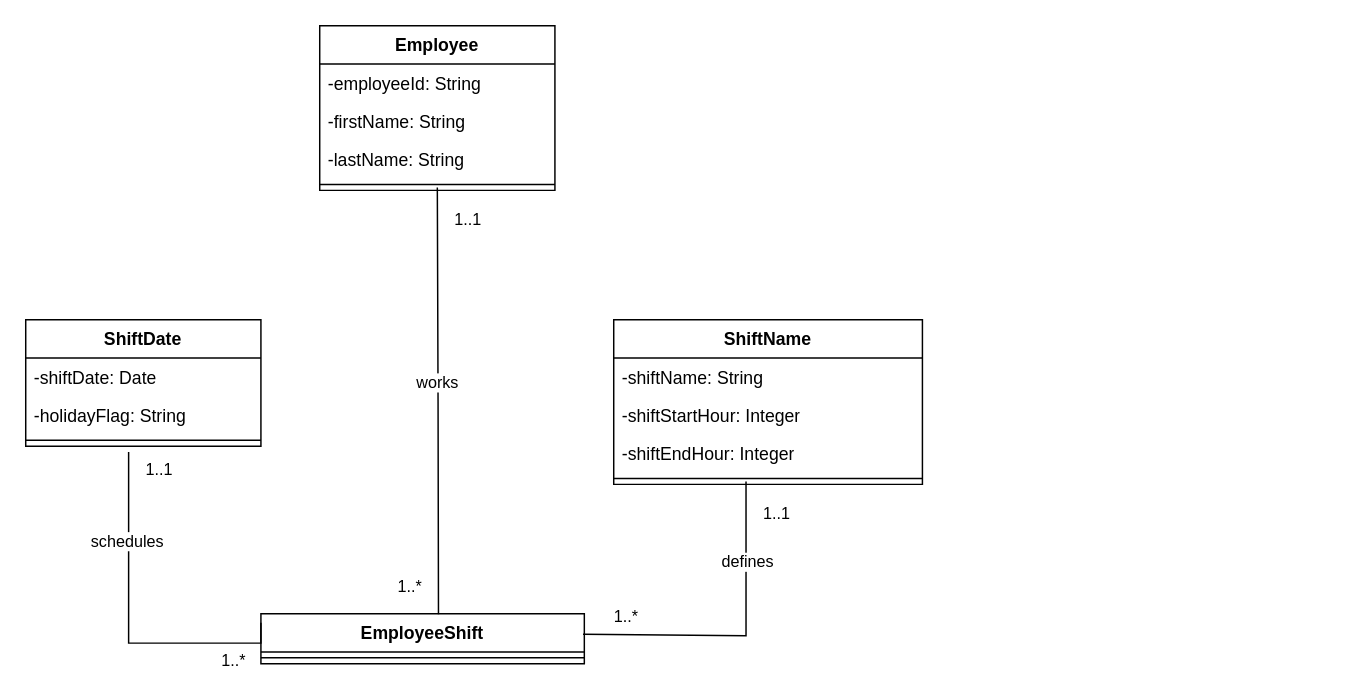
The draw.io diagram Many to Many Design HW.drawio in Cole-Hartman/database-UML, before the edit. Source tidied: cells renumbered, new cells numbered last; positions are measured from the earlier drawing's top-left corner, leaving out a move shared by most shapes. Both pictures are drawn from the tidied source at 147%, with x=0, y=0 at pixel (25, 25).
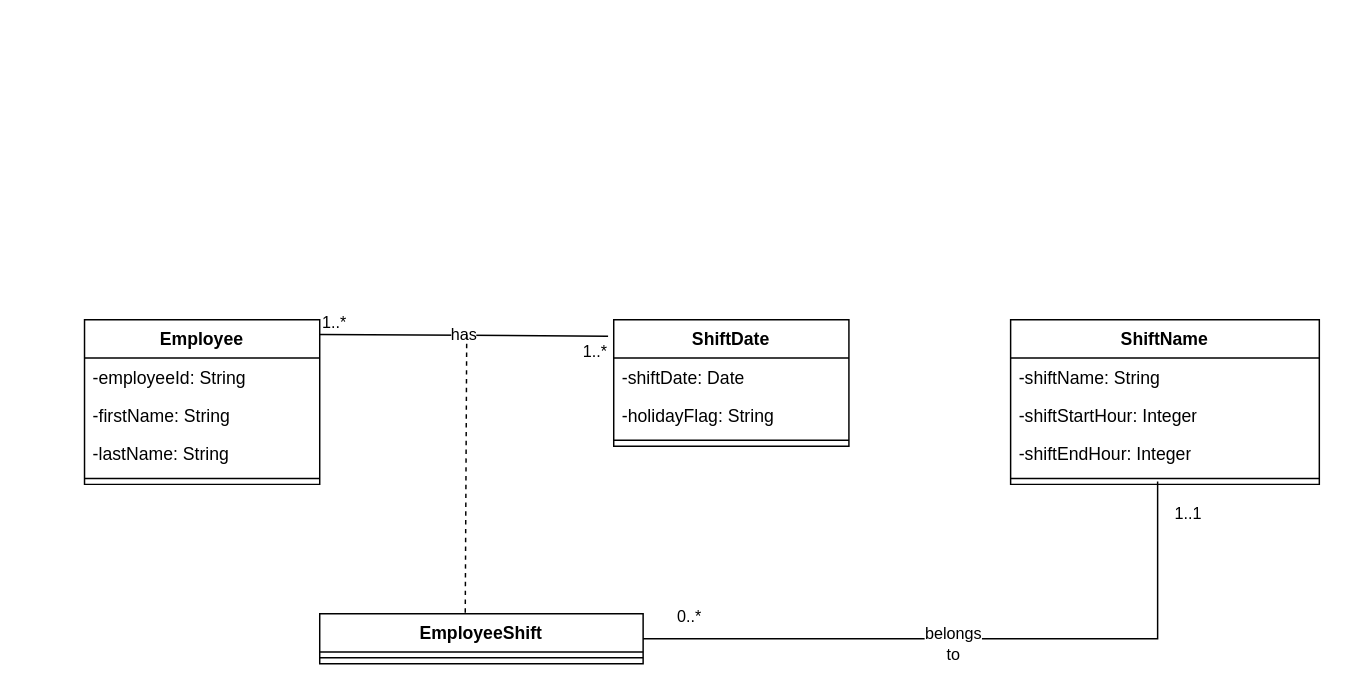
The same diagram, later.

Diff of the diagram source:
```diff
@@
     <mxCell id="2" value="Employee" style="swimlane;fontStyle=1;align=center;verticalAlign=top;horizontal=1;startSize=26;whiteSpace=wrap;html=1;" parent="1" vertex="1">
-      <mxGeometry x="200" width="160" height="112" as="geometry" />
+      <mxGeometry x="40" y="200" width="160" height="112" as="geometry" />
     </mxCell>
@@
     <mxCell id="7" value="ShiftDate" style="swimlane;fontStyle=1;align=center;verticalAlign=top;horizontal=1;startSize=26;whiteSpace=wrap;html=1;" parent="1" vertex="1">
-      <mxGeometry y="200" width="160" height="86" as="geometry" />
+      <mxGeometry x="400" y="200" width="160" height="86" as="geometry" />
     </mxCell>
@@
     <mxCell id="11" value="ShiftName" style="swimlane;fontStyle=1;align=center;verticalAlign=top;horizontal=1;startSize=26;whiteSpace=wrap;html=1;" parent="1" vertex="1">
-      <mxGeometry x="400" y="200" width="210" height="112" as="geometry" />
+      <mxGeometry x="670" y="200" width="210" height="112" as="geometry" />
     </mxCell>
@@
     <mxCell id="16" value="EmployeeShift" style="swimlane;fontStyle=1;align=center;verticalAlign=top;horizontal=1;startSize=26;whiteSpace=wrap;html=1;" parent="1" vertex="1">
-      <mxGeometry x="160" y="400" width="220" height="34" as="geometry" />
+      <mxGeometry x="200" y="400" width="220" height="34" as="geometry" />
     </mxCell>
@@
-    <mxCell id="18" style="endArrow=none;html=1;edgeStyle=orthogonalEdgeStyle;rounded=0;entryX=0.549;entryY=0.013;entryDx=0;entryDy=0;entryPerimeter=0;" parent="1" edge="1" target="16">
-      <mxGeometry relative="1" as="geometry">
-        <mxPoint x="280" y="110" as="sourcePoint" />
-      </mxGeometry>
-    </mxCell>
-    <mxCell id="19" value="1..1" style="edgeLabel;html=1;align=left;verticalAlign=bottom;" parent="18" vertex="1">
-      <mxGeometry x="-1" relative="1" as="geometry">
-        <mxPoint x="10" y="30" as="offset" />
-      </mxGeometry>
-    </mxCell>
-    <mxCell id="20" value="1..*" style="edgeLabel;html=1;align=right;verticalAlign=bottom;" parent="18" vertex="1">
-      <mxGeometry x="1" relative="1" as="geometry">
-        <mxPoint x="-11" y="-11" as="offset" />
-      </mxGeometry>
-    </mxCell>
-    <mxCell id="21" value="works" style="edgeLabel;html=1;align=center;verticalAlign=middle;" parent="18" vertex="1">
-      <mxGeometry x="-0.09" y="-1" relative="1" as="geometry" />
-    </mxCell>
-    <mxCell id="22" style="endArrow=none;html=1;edgeStyle=orthogonalEdgeStyle;rounded=0;entryX=0;entryY=0.179;entryDx=0;entryDy=0;entryPerimeter=0;" parent="1" edge="1" target="16">
-      <mxGeometry relative="1" as="geometry">
-        <mxPoint x="70" y="290" as="sourcePoint" />
-        <Array as="points">
-          <mxPoint x="70" y="420" />
-        </Array>
-      </mxGeometry>
-    </mxCell>
-    <mxCell id="23" value="1..1" style="edgeLabel;html=1;align=left;verticalAlign=bottom;" parent="22" vertex="1">
-      <mxGeometry x="-1" relative="1" as="geometry">
-        <mxPoint x="10" y="20" as="offset" />
-      </mxGeometry>
-    </mxCell>
-    <mxCell id="24" value="1..*" style="edgeLabel;html=1;align=right;verticalAlign=bottom;" parent="22" vertex="1">
-      <mxGeometry x="1" relative="1" as="geometry">
-        <mxPoint x="-10" y="34" as="offset" />
-      </mxGeometry>
-    </mxCell>
-    <mxCell id="25" value="schedules" style="edgeLabel;html=1;align=center;verticalAlign=middle;" parent="22" vertex="1">
-      <mxGeometry x="-0.49" y="-2" relative="1" as="geometry" />
-    </mxCell>
-    <mxCell id="26" style="endArrow=none;html=1;edgeStyle=orthogonalEdgeStyle;rounded=0;entryX=0.996;entryY=0.412;entryDx=0;entryDy=0;entryPerimeter=0;" parent="1" edge="1" target="16">
-      <mxGeometry relative="1" as="geometry">
-        <mxPoint x="490" y="310" as="sourcePoint" />
-        <Array as="points">
-          <mxPoint x="490" y="415" />
-          <mxPoint x="379" y="415" />
-        </Array>
-      </mxGeometry>
-    </mxCell>
-    <mxCell id="27" value="1..1" style="edgeLabel;html=1;align=left;verticalAlign=bottom;" parent="26" vertex="1">
-      <mxGeometry x="-1" relative="1" as="geometry">
-        <mxPoint x="10" y="30" as="offset" />
-      </mxGeometry>
-    </mxCell>
-    <mxCell id="28" value="1..*" style="edgeLabel;html=1;align=right;verticalAlign=bottom;" parent="26" vertex="1">
-      <mxGeometry x="1" relative="1" as="geometry">
-        <mxPoint x="38" y="-4" as="offset" />
-      </mxGeometry>
-    </mxCell>
-    <mxCell id="29" value="defines" style="edgeLabel;html=1;align=center;verticalAlign=middle;" parent="26" vertex="1">
-      <mxGeometry x="-0.5" relative="1" as="geometry" />
-    </mxCell>
+    <mxCell id="30" style="endArrow=none;html=1;edgeStyle=orthogonalEdgeStyle;rounded=0;entryX=-0.024;entryY=0.131;entryDx=0;entryDy=0;entryPerimeter=0;" parent="1" edge="1" target="7">
+      <mxGeometry relative="1" as="geometry">
+        <mxPoint x="200" y="210" as="sourcePoint" />
+      </mxGeometry>
+    </mxCell>
+    <mxCell id="31" value="1..*" style="edgeLabel;html=1;align=left;verticalAlign=bottom;" parent="30" vertex="1">
+      <mxGeometry x="-1" relative="1" as="geometry" />
+    </mxCell>
+    <mxCell id="32" value="1..*" style="edgeLabel;html=1;align=right;verticalAlign=bottom;" parent="30" vertex="1">
+      <mxGeometry x="1" relative="1" as="geometry">
+        <mxPoint y="19" as="offset" />
+      </mxGeometry>
+    </mxCell>
+    <mxCell id="33" value="has" style="edgeLabel;html=1;align=center;verticalAlign=middle;" parent="30" vertex="1">
+      <mxGeometry x="-0.01" y="1" relative="1" as="geometry" />
+    </mxCell>
+    <mxCell id="34" style="endArrow=none;html=1;edgeStyle=orthogonalEdgeStyle;rounded=0;exitX=1;exitY=0.5;exitDx=0;exitDy=0;" parent="1" edge="1" source="16">
+      <mxGeometry relative="1" as="geometry">
+        <mxPoint x="770" y="310" as="targetPoint" />
+        <Array as="points">
+          <mxPoint x="770" y="417" />
+          <mxPoint x="770" y="310" />
+        </Array>
+      </mxGeometry>
+    </mxCell>
+    <mxCell id="35" value="1..1" style="edgeLabel;html=1;align=left;verticalAlign=bottom;" parent="34" vertex="1">
+      <mxGeometry x="-1" relative="1" as="geometry">
+        <mxPoint x="360" y="-77" as="offset" />
+      </mxGeometry>
+    </mxCell>
+    <mxCell id="36" value="0..*" style="edgeLabel;html=1;align=right;verticalAlign=bottom;" parent="34" vertex="1">
+      <mxGeometry x="1" relative="1" as="geometry">
+        <mxPoint x="-310" y="100" as="offset" />
+      </mxGeometry>
+    </mxCell>
+    <mxCell id="37" value="belongs&lt;br&gt;to" style="edgeLabel;html=1;align=center;verticalAlign=middle;" parent="34" vertex="1">
+      <mxGeometry x="0.05" y="-3" relative="1" as="geometry">
+        <mxPoint x="-30" as="offset" />
+      </mxGeometry>
+    </mxCell>
+    <mxCell id="38" style="endArrow=none;dashed=1;html=1;rounded=0;exitX=0.45;exitY=-0.02;exitDx=0;exitDy=0;exitPerimeter=0;" parent="1" edge="1" source="16">
+      <mxGeometry relative="1" as="geometry">
+        <mxPoint x="300" y="210" as="targetPoint" />
+      </mxGeometry>
+    </mxCell>
```
